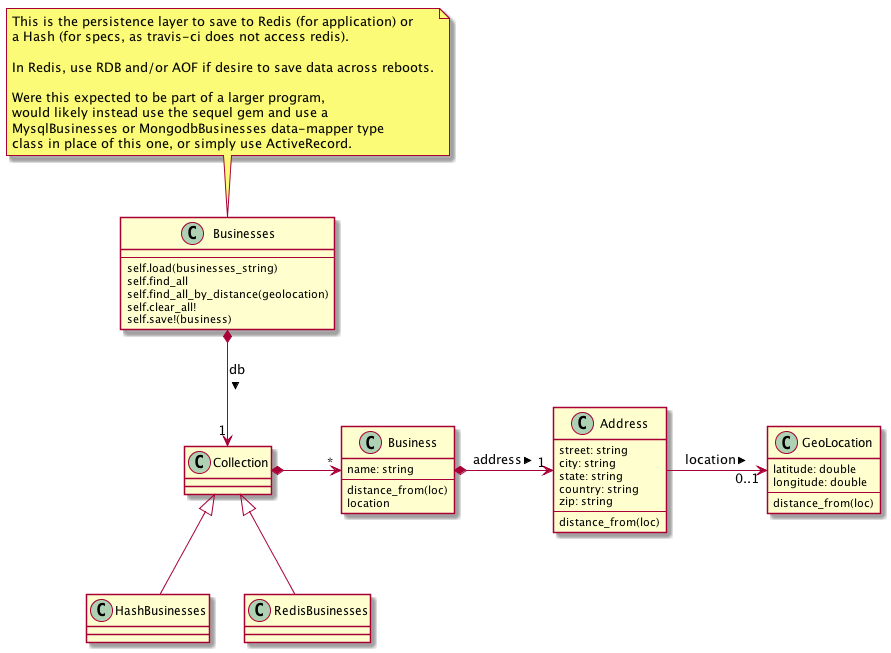
The PlantUML diagram docs/verve.png in brianmd/geo, before a commit.
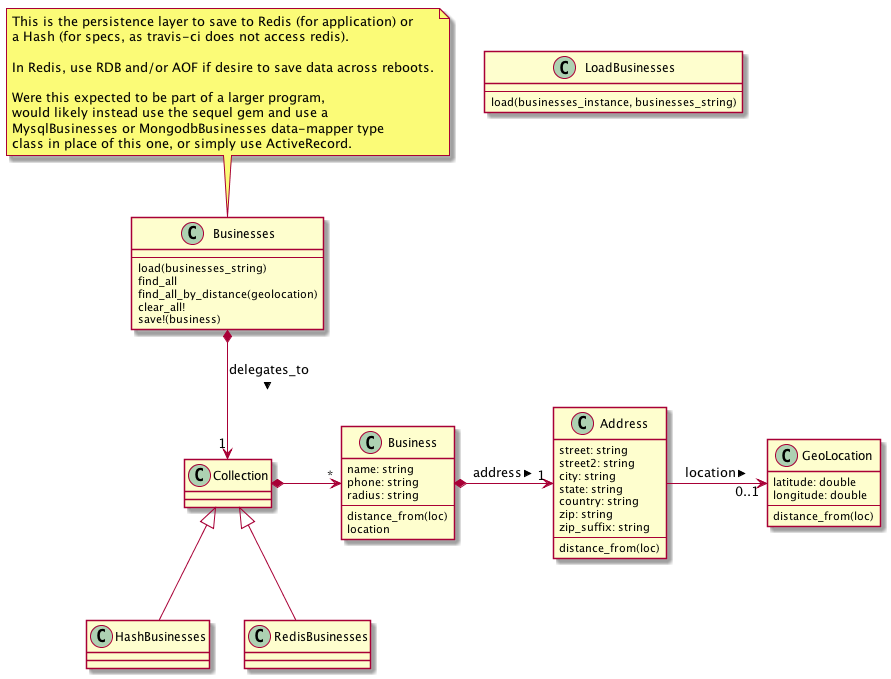
Above is the later version.

Commit message:
Make delete button show only if there are businesses to delete.

What changed in the source:
```diff
@@ -1,6 +1,6 @@
 @startuml
 
-Businesses *--> "1" Collection : db >
+Businesses *--> "1" Collection : delegates_to >
 Collection *-> "*" Business
 Collection <|-- HashBusinesses
 Collection <|-- RedisBusinesses
@@ -9,15 +9,22 @@
 
 class Businesses {
   --
-  self.load(businesses_string)
-  self.find_all
-  self.find_all_by_distance(geolocation)
-  self.clear_all!
-  self.save!(business)
+  load(businesses_string)
+  find_all
+  find_all_by_distance(geolocation)
+  clear_all!
+  save!(business)
+}
+
+class LoadBusinesses {
+  --
+  load(businesses_instance, businesses_string)
 }
 
 class Business {
   name: string
+  phone: string
+  radius: string
   --
   distance_from(loc)
   location
@@ -25,10 +32,12 @@
 
 class Address {
   street: string
+  street2: string
   city: string
   state: string
   country: string
   zip: string
+  zip_suffix: string
   --
   distance_from(loc)
 }
```
